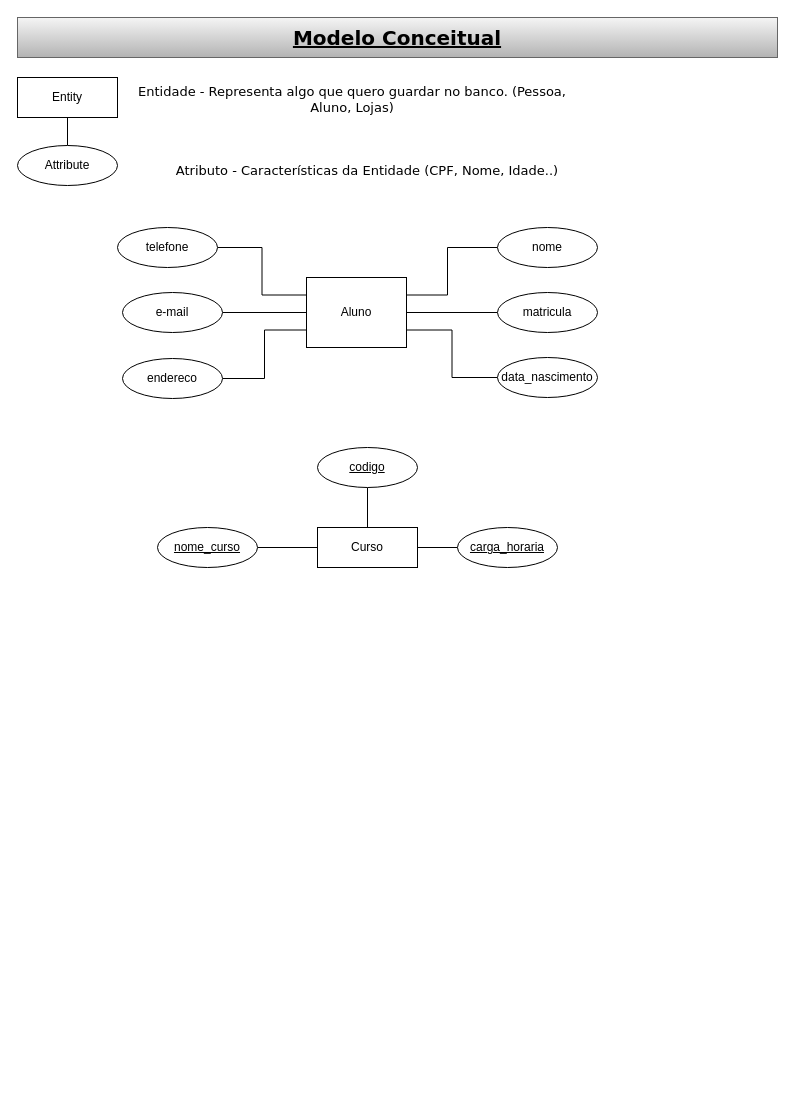
gominho-sbc/Fundamentos-Banco-de-dados keeps this draw.io diagram as ConceitosDeModelagem/ModeloConceitual.drawio. Above is the earlier version. Source tidied: cells renumbered, new cells numbered last; positions are measured from the earlier drawing's top-left corner, leaving out a move shared by most shapes. Both pictures are drawn from the tidied source at 100%, with x=0, y=0 at pixel (17, 17).
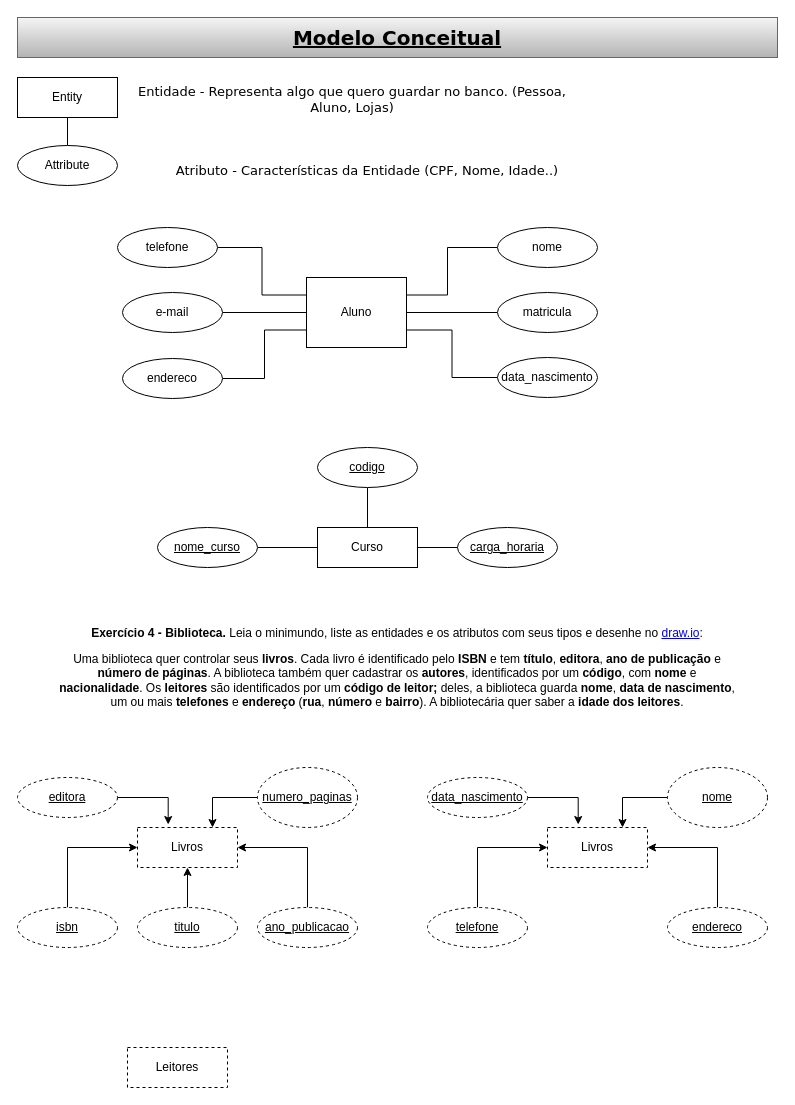
After the change.

Commit message:
Exercicio biblioteca

The edit, as a diff of the source:
```diff
@@
+    <mxCell id="28" value="&lt;p&gt;&lt;strong&gt;Exercício 4 - Biblioteca.&lt;/strong&gt; Leia o minimundo, liste as entidades e os atributos com seus tipos e desenhe no &lt;a href=&quot;http://draw.io&quot;&gt;draw.io&lt;/a&gt;:&lt;/p&gt;&lt;blockquote&gt;&lt;p&gt;Uma biblioteca quer controlar seus &lt;b&gt;livros&lt;/b&gt;. Cada livro é identificado pelo &lt;b&gt;ISBN &lt;/b&gt;e tem &lt;b&gt;título&lt;/b&gt;, &lt;b&gt;editora&lt;/b&gt;, &lt;b&gt;ano de publicação&lt;/b&gt; e &lt;b&gt;número de páginas&lt;/b&gt;. A biblioteca também quer cadastrar os &lt;b&gt;autores&lt;/b&gt;, identificados por um &lt;b&gt;código&lt;/b&gt;, com &lt;b&gt;nome &lt;/b&gt;e &lt;b&gt;nacionalidade&lt;/b&gt;. Os &lt;b&gt;leitores &lt;/b&gt;são identificados por um &lt;b&gt;código de leitor;&lt;/b&gt; deles, a biblioteca guarda &lt;b&gt;nome&lt;/b&gt;, &lt;b&gt;data de nascimento&lt;/b&gt;, um ou mais &lt;b&gt;telefones &lt;/b&gt;e &lt;b&gt;endereço &lt;/b&gt;(&lt;b&gt;rua&lt;/b&gt;, &lt;b&gt;número &lt;/b&gt;e &lt;b&gt;bairro&lt;/b&gt;). A bibliotecária quer saber a &lt;b&gt;idade dos leitores&lt;/b&gt;.&lt;/p&gt;&lt;/blockquote&gt;" style="text;html=1;whiteSpace=wrap;strokeColor=none;fillColor=none;align=center;verticalAlign=middle;rounded=0;" parent="1" vertex="1">
+      <mxGeometry y="600" width="760" height="100" as="geometry" />
+    </mxCell>
+    <mxCell id="29" value="Leitores" style="whiteSpace=wrap;html=1;align=center;dashed=1;" parent="1" vertex="1">
+      <mxGeometry x="110" y="1030" width="100" height="40" as="geometry" />
+    </mxCell>
+    <mxCell id="30" value="Livros" style="whiteSpace=wrap;html=1;align=center;dashed=1;" parent="1" vertex="1">
+      <mxGeometry x="120" y="810" width="100" height="40" as="geometry" />
+    </mxCell>
+    <mxCell id="31" style="edgeStyle=orthogonalEdgeStyle;shape=wire;rounded=0;jettySize=auto;html=1;dashed=1;defaultLabelBackgroundColor=gap;" parent="1" edge="1" source="32" target="30">
+      <mxGeometry relative="1" as="geometry" />
+    </mxCell>
+    <mxCell id="32" value="titulo" style="ellipse;whiteSpace=wrap;html=1;align=center;fontStyle=20;dashed=1;" parent="1" vertex="1">
+      <mxGeometry x="120" y="890" width="100" height="40" as="geometry" />
+    </mxCell>
+    <mxCell id="33" style="edgeStyle=orthogonalEdgeStyle;shape=wire;rounded=0;jettySize=auto;html=1;entryX=0;entryY=0.5;entryDx=0;entryDy=0;dashed=1;defaultLabelBackgroundColor=gap;" parent="1" edge="1" source="34" target="30">
+      <mxGeometry relative="1" as="geometry">
+        <Array as="points">
+          <mxPoint x="50" y="830" />
+        </Array>
+      </mxGeometry>
+    </mxCell>
+    <mxCell id="34" value="isbn" style="ellipse;whiteSpace=wrap;html=1;align=center;fontStyle=20;dashed=1;" parent="1" vertex="1">
+      <mxGeometry y="890" width="100" height="40" as="geometry" />
+    </mxCell>
+    <mxCell id="35" style="edgeStyle=orthogonalEdgeStyle;shape=wire;rounded=0;jettySize=auto;html=1;dashed=1;defaultLabelBackgroundColor=gap;entryX=0.307;entryY=-0.075;entryDx=0;entryDy=0;entryPerimeter=0;" parent="1" edge="1" source="36" target="30">
+      <mxGeometry x="0.29" relative="1" as="geometry" />
+    </mxCell>
+    <mxCell id="36" value="editora" style="ellipse;whiteSpace=wrap;html=1;align=center;fontStyle=20;dashed=1;" parent="1" vertex="1">
+      <mxGeometry y="760" width="100" height="40" as="geometry" />
+    </mxCell>
+    <mxCell id="37" style="edgeStyle=orthogonalEdgeStyle;shape=wire;rounded=0;jettySize=auto;html=1;entryX=1;entryY=0.5;entryDx=0;entryDy=0;dashed=1;defaultLabelBackgroundColor=gap;" parent="1" edge="1" source="38" target="30">
+      <mxGeometry x="-0.08" relative="1" as="geometry">
+        <Array as="points">
+          <mxPoint x="290" y="830" />
+        </Array>
+      </mxGeometry>
+    </mxCell>
+    <mxCell id="38" value="ano_publicacao" style="ellipse;whiteSpace=wrap;html=1;align=center;fontStyle=20;dashed=1;" parent="1" vertex="1">
+      <mxGeometry x="240" y="890" width="100" height="40" as="geometry" />
+    </mxCell>
+    <mxCell id="39" style="edgeStyle=orthogonalEdgeStyle;shape=wire;rounded=0;jettySize=auto;html=1;entryX=0.75;entryY=0;entryDx=0;entryDy=0;dashed=1;defaultLabelBackgroundColor=gap;" parent="1" edge="1" source="40" target="30">
+      <mxGeometry relative="1" as="geometry" />
+    </mxCell>
+    <mxCell id="40" value="numero_paginas" style="ellipse;whiteSpace=wrap;html=1;align=center;fontStyle=20;dashed=1;" parent="1" vertex="1">
+      <mxGeometry x="240" y="750" width="100" height="60" as="geometry" />
+    </mxCell>
+    <mxCell id="41" value="Livros" style="whiteSpace=wrap;html=1;align=center;dashed=1;" parent="1" vertex="1">
+      <mxGeometry x="530" y="810" width="100" height="40" as="geometry" />
+    </mxCell>
+    <mxCell id="42" style="edgeStyle=orthogonalEdgeStyle;shape=wire;rounded=0;jettySize=auto;html=1;entryX=0;entryY=0.5;entryDx=0;entryDy=0;dashed=1;defaultLabelBackgroundColor=gap;" parent="1" edge="1" source="43" target="41">
+      <mxGeometry relative="1" as="geometry">
+        <Array as="points">
+          <mxPoint x="460" y="830" />
+        </Array>
+      </mxGeometry>
+    </mxCell>
+    <mxCell id="43" value="telefone" style="ellipse;whiteSpace=wrap;html=1;align=center;fontStyle=20;dashed=1;" parent="1" vertex="1">
+      <mxGeometry x="410" y="890" width="100" height="40" as="geometry" />
+    </mxCell>
+    <mxCell id="44" style="edgeStyle=orthogonalEdgeStyle;shape=wire;rounded=0;jettySize=auto;html=1;dashed=1;defaultLabelBackgroundColor=gap;entryX=0.307;entryY=-0.075;entryDx=0;entryDy=0;entryPerimeter=0;" parent="1" edge="1" source="45" target="41">
+      <mxGeometry x="0.29" relative="1" as="geometry" />
+    </mxCell>
+    <mxCell id="45" value="data_nascimento" style="ellipse;whiteSpace=wrap;html=1;align=center;fontStyle=20;dashed=1;" parent="1" vertex="1">
+      <mxGeometry x="410" y="760" width="100" height="40" as="geometry" />
+    </mxCell>
+    <mxCell id="46" style="edgeStyle=orthogonalEdgeStyle;shape=wire;rounded=0;jettySize=auto;html=1;entryX=1;entryY=0.5;entryDx=0;entryDy=0;dashed=1;defaultLabelBackgroundColor=gap;" parent="1" edge="1" source="47" target="41">
+      <mxGeometry x="-0.08" relative="1" as="geometry">
+        <Array as="points">
+          <mxPoint x="700" y="830" />
+        </Array>
+      </mxGeometry>
+    </mxCell>
+    <mxCell id="47" value="endereco" style="ellipse;whiteSpace=wrap;html=1;align=center;fontStyle=20;dashed=1;" parent="1" vertex="1">
+      <mxGeometry x="650" y="890" width="100" height="40" as="geometry" />
+    </mxCell>
+    <mxCell id="48" style="edgeStyle=orthogonalEdgeStyle;shape=wire;rounded=0;jettySize=auto;html=1;entryX=0.75;entryY=0;entryDx=0;entryDy=0;dashed=1;defaultLabelBackgroundColor=gap;" parent="1" edge="1" source="49" target="41">
+      <mxGeometry relative="1" as="geometry" />
+    </mxCell>
+    <mxCell id="49" value="nome" style="ellipse;whiteSpace=wrap;html=1;align=center;fontStyle=20;dashed=1;" parent="1" vertex="1">
+      <mxGeometry x="650" y="750" width="100" height="60" as="geometry" />
+    </mxCell>
```
